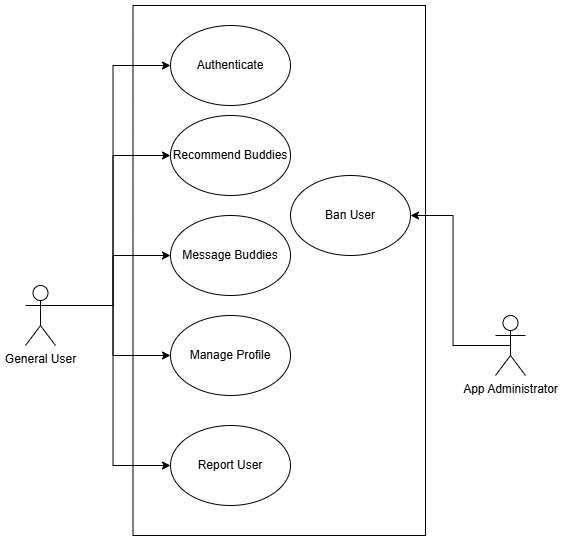
Above: documentation/images/UseCaseDiagram.png in TrailBlazersInc/TrailBlazers (draw.io), before the change. Source tidied: cells renumbered, new cells last; positions are measured from the earlier drawing's top-left corner, leaving out a move shared by most shapes.
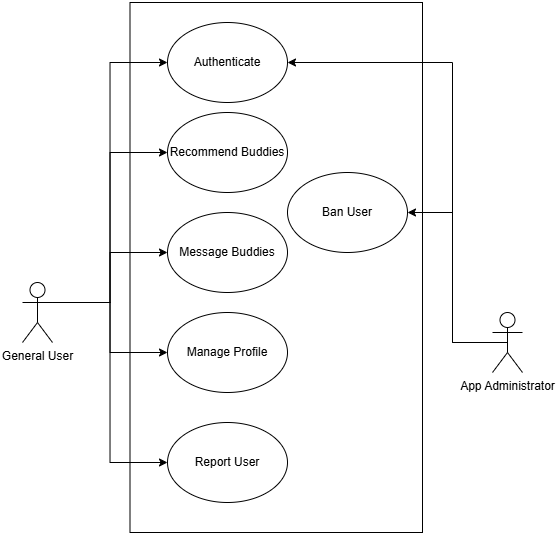
Above is the later version.

Commit message:
added codacy issue justification and usecase diagram change

Diff of the diagram source:
```diff
@@ -33,8 +33,21 @@
       <mxGeometry x="145" y="210" width="120" height="80" as="geometry" />
     </mxCell>
     <mxCell id="12" style="edgeStyle=orthogonalEdgeStyle;rounded=0;jettySize=auto;html=1;exitX=0.5;exitY=0.5;exitDx=0;exitDy=0;exitPerimeter=0;entryX=1;entryY=0.5;entryDx=0;entryDy=0;" parent="1" edge="1" source="13" target="16">
-      <mxGeometry relative="1" as="geometry" />
+      <mxGeometry relative="1" as="geometry">
+        <Array as="points">
+          <mxPoint x="430" y="340" />
+          <mxPoint x="430" y="210" />
+        </Array>
+      </mxGeometry>
     </mxCell>
+    <mxCell id="17" style="edgeStyle=orthogonalEdgeStyle;rounded=0;jettySize=auto;html=1;exitX=0.5;exitY=0.5;exitDx=0;exitDy=0;exitPerimeter=0;entryX=1;entryY=0.5;entryDx=0;entryDy=0;" parent="1" edge="1" source="13" target="3">
+      <mxGeometry relative="1" as="geometry">
+        <Array as="points">
+          <mxPoint x="430" y="340" />
+          <mxPoint x="430" y="60" />
+        </Array>
+      </mxGeometry>
+    </mxCell>
     <mxCell id="13" value="App Administrator" style="shape=umlActor;verticalLabelPosition=bottom;verticalAlign=top;html=1;outlineConnect=0;" parent="1" vertex="1">
       <mxGeometry x="470" y="310" width="30" height="60" as="geometry" />
     </mxCell>
```
